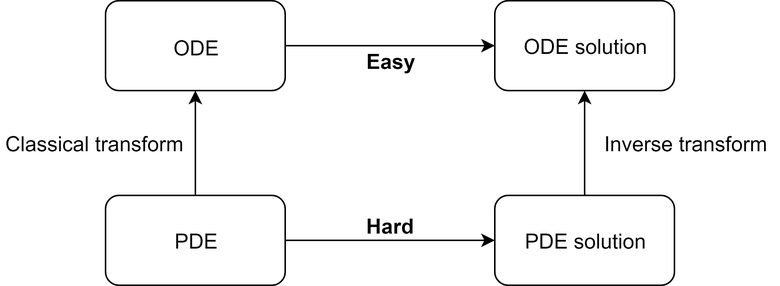
The draw.io diagram reports/report 3 (initial thesis)/classical_transform.png in largecats/capstone-project, before a commit. Source tidied: cells renumbered, new cells last; positions are measured from the earlier drawing's top-left corner, leaving out a move shared by most shapes.
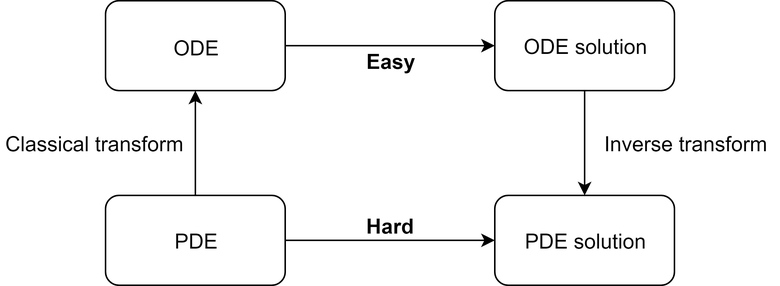
The same diagram one commit later.

Change to the diagram source:
```diff
@@ -23,22 +23,20 @@
     <mxCell id="8" style="endArrow=classic;html=1;entryX=0.5;entryY=1;entryDx=0;entryDy=0;exitX=0.5;exitY=0;exitDx=0;exitDy=0;" parent="1" edge="1" source="4" target="2">
       <mxGeometry relative="1" as="geometry" />
     </mxCell>
-    <mxCell id="9" style="endArrow=classic;html=1;entryX=0.5;entryY=1;entryDx=0;entryDy=0;exitX=0.5;exitY=0;exitDx=0;exitDy=0;" parent="1" edge="1" source="5">
-      <mxGeometry relative="1" as="geometry">
-        <mxPoint x="390" y="60" as="targetPoint" />
-      </mxGeometry>
+    <mxCell id="9" value="&lt;b&gt;&lt;font style=&quot;font-size: 14px&quot;&gt;Easy&lt;/font&gt;&lt;/b&gt;" style="text;html=1;strokeColor=none;fillColor=none;align=center;verticalAlign=middle;whiteSpace=wrap;rounded=0;" parent="1" vertex="1">
+      <mxGeometry x="240" y="30" width="40" height="20" as="geometry" />
     </mxCell>
-    <mxCell id="10" value="&lt;b&gt;&lt;font style=&quot;font-size: 14px&quot;&gt;Easy&lt;/font&gt;&lt;/b&gt;" style="text;html=1;strokeColor=none;fillColor=none;align=center;verticalAlign=middle;whiteSpace=wrap;rounded=0;" parent="1" vertex="1">
-      <mxGeometry x="240" y="30" width="40" height="20" as="geometry" />
+    <mxCell id="10" value="&lt;b&gt;&lt;font style=&quot;font-size: 14px&quot;&gt;Hard&lt;/font&gt;&lt;/b&gt;" style="text;html=1;strokeColor=none;fillColor=none;align=center;verticalAlign=middle;whiteSpace=wrap;rounded=0;" parent="1" vertex="1">
+      <mxGeometry x="240" y="140" width="40" height="20" as="geometry" />
     </mxCell>
-    <mxCell id="11" value="&lt;b&gt;&lt;font style=&quot;font-size: 14px&quot;&gt;Hard&lt;/font&gt;&lt;/b&gt;" style="text;html=1;strokeColor=none;fillColor=none;align=center;verticalAlign=middle;whiteSpace=wrap;rounded=0;" parent="1" vertex="1">
-      <mxGeometry x="240" y="140" width="40" height="20" as="geometry" />
+    <mxCell id="11" value="&lt;font style=&quot;font-size: 14px&quot;&gt;Classical transform&lt;br&gt;&lt;/font&gt;" style="text;html=1;strokeColor=none;fillColor=none;align=center;verticalAlign=middle;whiteSpace=wrap;rounded=0;" parent="1" vertex="1">
+      <mxGeometry y="85" width="125" height="20" as="geometry" />
     </mxCell>
-    <mxCell id="12" value="&lt;font style=&quot;font-size: 14px&quot;&gt;Classical transform&lt;/font&gt;" style="text;html=1;strokeColor=none;fillColor=none;align=center;verticalAlign=middle;whiteSpace=wrap;rounded=0;" parent="1" vertex="1">
-      <mxGeometry y="85" width="125" height="20" as="geometry" />
+    <mxCell id="12" value="&lt;font style=&quot;font-size: 14px&quot;&gt;Inverse transform&lt;br&gt;&lt;/font&gt;" style="text;html=1;strokeColor=none;fillColor=none;align=center;verticalAlign=middle;whiteSpace=wrap;rounded=0;" parent="1" vertex="1">
+      <mxGeometry x="395" y="85" width="125" height="20" as="geometry" />
     </mxCell>
-    <mxCell id="13" value="&lt;font style=&quot;font-size: 14px&quot;&gt;Inverse transform&lt;/font&gt;" style="text;html=1;strokeColor=none;fillColor=none;align=center;verticalAlign=middle;whiteSpace=wrap;rounded=0;" parent="1" vertex="1">
-      <mxGeometry x="395" y="85" width="125" height="20" as="geometry" />
+    <mxCell id="13" style="endArrow=classic;html=1;entryX=0.5;entryY=0;entryDx=0;entryDy=0;exitX=0.5;exitY=1;exitDx=0;exitDy=0;" parent="1" edge="1" source="3" target="5">
+      <mxGeometry relative="1" as="geometry" />
     </mxCell>
   </root>
 </mxGraphModel>
```
